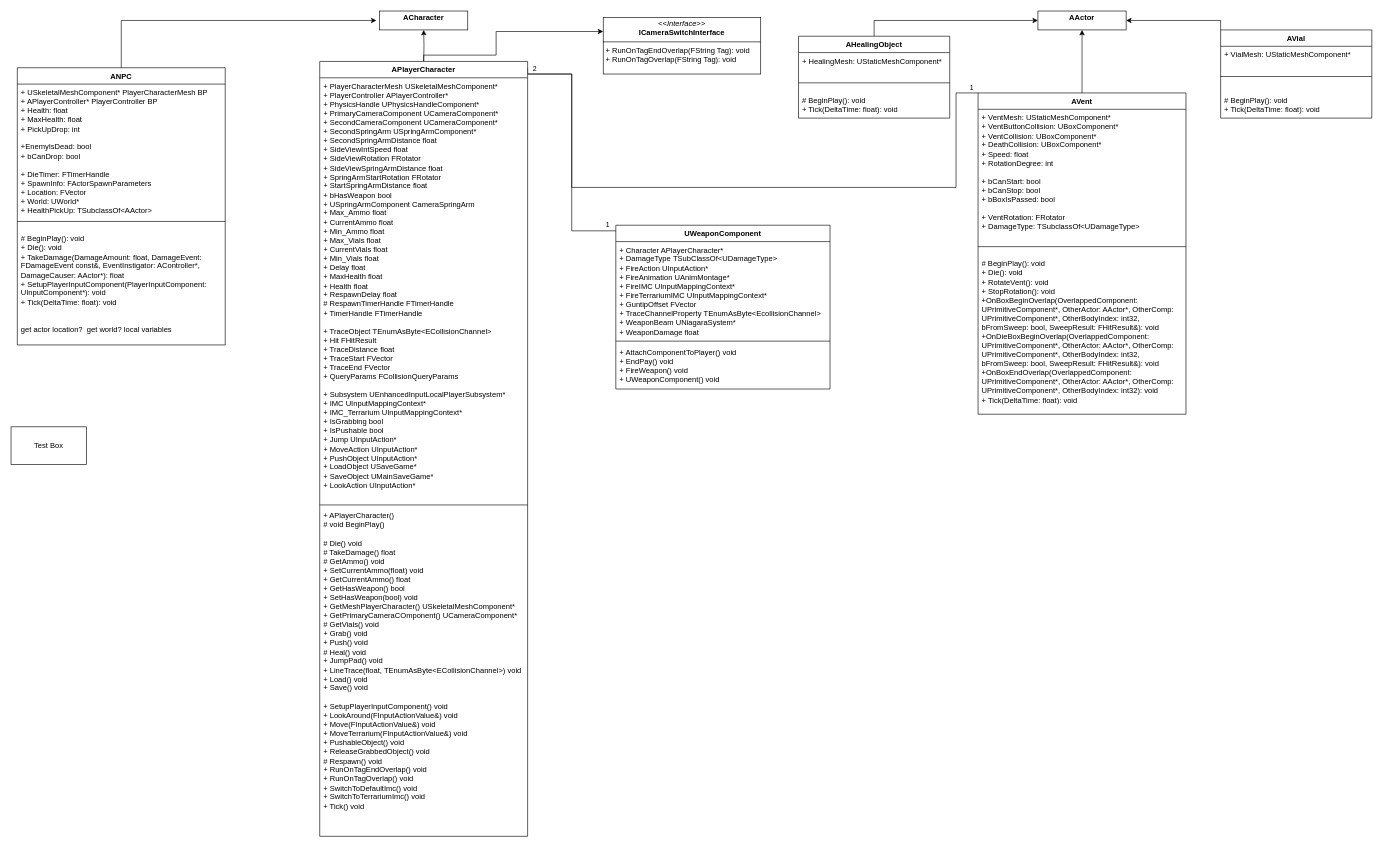
Before: Miniaturized Diagram.drawio in Viiktorh/Miniaturized, a draw.io diagram. Source tidied: cells renumbered, new cells numbered last; positions are measured from the earlier drawing's top-left corner, leaving out a move shared by most shapes. Both pictures are drawn from the tidied source at 63%, with x=0, y=0 at pixel (11, 11).
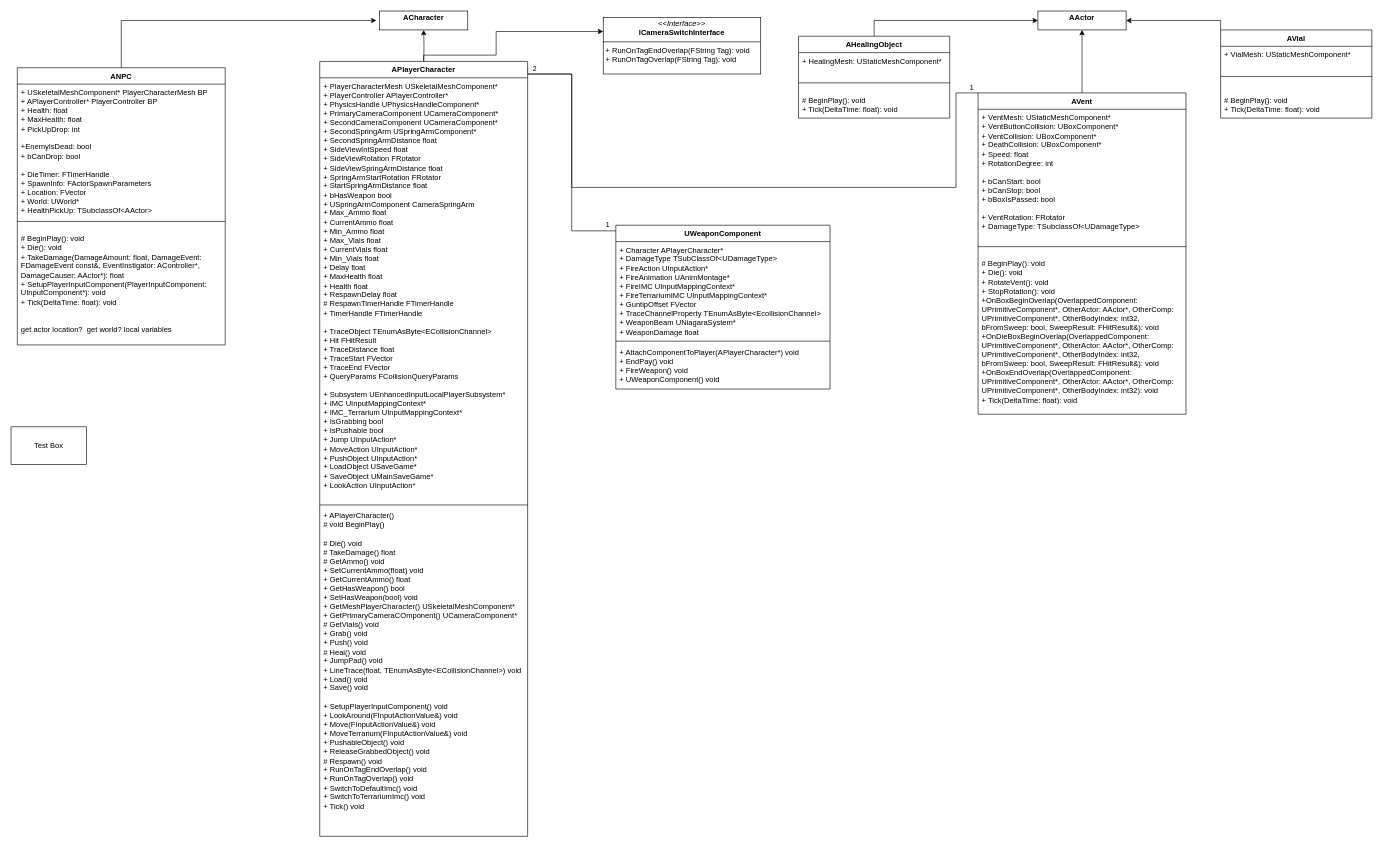
After the change.

Unchanged cells that the change refers to:
```xml
<mxCell id="3" value="UWeaponComponent" style="swimlane;fontStyle=1;align=center;verticalAlign=top;horizontal=1;startSize=26;whiteSpace=wrap;html=1;" parent="1" vertex="1">
  <mxGeometry x="960" y="340" width="340" height="260" as="geometry" />
</mxCell>
```

What changed in the source:
```diff
@@
-    <mxCell id="6" value="+ AttachComponentToPlayer() void&amp;nbsp;&lt;div&gt;+ EndPay()&amp;nbsp;&lt;span style=&quot;background-color: initial;&quot;&gt;void&lt;/span&gt;&lt;span style=&quot;background-color: initial;&quot;&gt;&amp;nbsp;&lt;/span&gt;&lt;/div&gt;&lt;div&gt;+ FireWeapon()&amp;nbsp;&lt;span style=&quot;background-color: initial;&quot;&gt;void&lt;/span&gt;&lt;span style=&quot;background-color: initial;&quot;&gt;&amp;nbsp;&lt;/span&gt;&lt;/div&gt;&lt;div&gt;+ UWeaponComponent()&lt;span style=&quot;background-color: initial;&quot;&gt;&amp;nbsp;&lt;/span&gt;&lt;span style=&quot;background-color: initial;&quot;&gt;void&lt;/span&gt;&lt;/div&gt;" style="text;strokeColor=none;fillColor=none;align=left;verticalAlign=top;spacingLeft=4;spacingRight=4;overflow=hidden;whiteSpace=wrap;html=1;" parent="3" vertex="1">
+    <mxCell id="6" value="+ AttachComponentToPlayer(APlayerCharacter*) void&amp;nbsp;&lt;div&gt;+ EndPay()&amp;nbsp;&lt;span style=&quot;background-color: initial;&quot;&gt;void&lt;/span&gt;&lt;span style=&quot;background-color: initial;&quot;&gt;&amp;nbsp;&lt;/span&gt;&lt;/div&gt;&lt;div&gt;+ FireWeapon()&amp;nbsp;&lt;span style=&quot;background-color: initial;&quot;&gt;void&lt;/span&gt;&lt;span style=&quot;background-color: initial;&quot;&gt;&amp;nbsp;&lt;/span&gt;&lt;/div&gt;&lt;div&gt;+ UWeaponComponent()&lt;span style=&quot;background-color: initial;&quot;&gt;&amp;nbsp;&lt;/span&gt;&lt;span style=&quot;background-color: initial;&quot;&gt;void&lt;/span&gt;&lt;/div&gt;" style="text;strokeColor=none;fillColor=none;align=left;verticalAlign=top;spacingLeft=4;spacingRight=4;overflow=hidden;whiteSpace=wrap;html=1;" parent="3" vertex="1">
       <mxGeometry y="188" width="340" height="72" as="geometry" />
     </mxCell>
```
